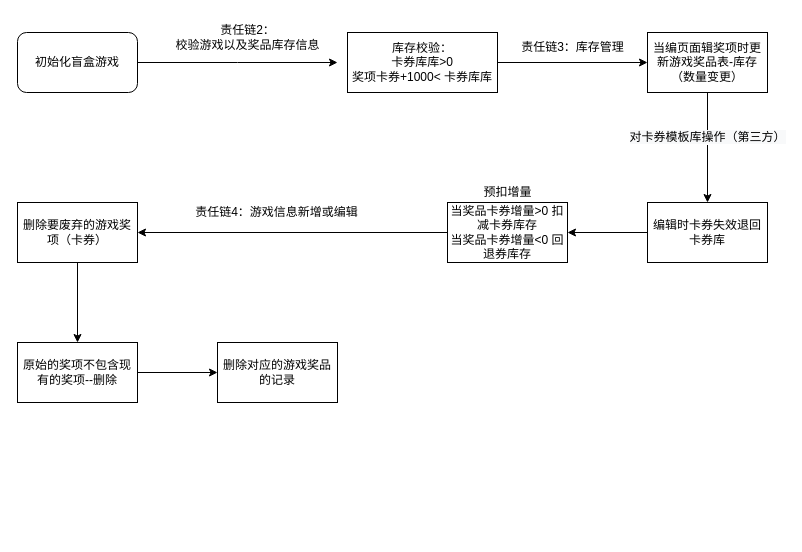
Earlier version of the draw.io diagram 盲盒扣除库存流程.drawio (YYB1024/myRemoteRepo). Source tidied: cells renumbered, new cells numbered last; positions are measured from the earlier drawing's top-left corner, leaving out a move shared by most shapes. Both pictures are drawn from the tidied source at 100%, with x=0, y=0 at pixel (17, 17).
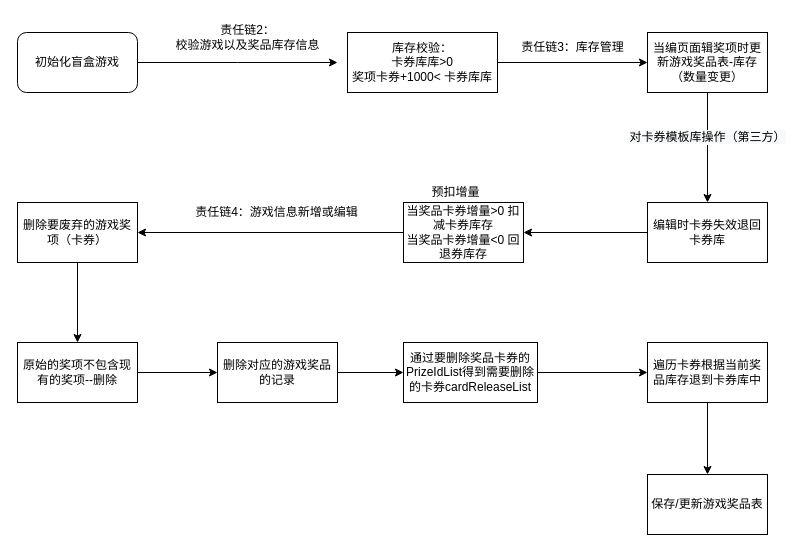
The same page after the edit.

Commit message:
更新盲盒扣除库存流程.drawio

Unchanged cells that the change refers to:
```xml
<mxCell id="21" value="删除对应的游戏奖品的记录" style="whiteSpace=wrap;html=1;rounded=0;" parent="1" vertex="1">
  <mxGeometry x="200" y="325" width="120" height="60" as="geometry" />
</mxCell>
```

Change to the diagram source:
```diff
@@
     <mxCell id="14" value="当奖品卡券增量&amp;gt;0 扣减卡券库存&lt;br&gt;当奖品卡券增量&amp;lt;0 回退券库存" style="whiteSpace=wrap;html=1;rounded=0;" parent="1" vertex="1">
-      <mxGeometry x="430" y="185" width="120" height="60" as="geometry" />
+      <mxGeometry x="386" y="185" width="120" height="60" as="geometry" />
     </mxCell>
@@
     <mxCell id="18" value="预扣增量" style="text;html=1;align=center;verticalAlign=middle;strokeColor=none;fillColor=none;" parent="1" vertex="1">
-      <mxGeometry x="455" y="160" width="70" height="30" as="geometry" />
+      <mxGeometry x="403" y="160" width="70" height="30" as="geometry" />
     </mxCell>
@@
+    <mxCell id="22" style="edgeStyle=orthogonalEdgeStyle;rounded=0;jettySize=auto;html=1;" parent="1" edge="1" source="21" target="24">
+      <mxGeometry relative="1" as="geometry" />
+    </mxCell>
@@
+    <mxCell id="23" style="edgeStyle=orthogonalEdgeStyle;rounded=0;jettySize=auto;html=1;" parent="1" edge="1" source="24" target="26">
+      <mxGeometry relative="1" as="geometry" />
+    </mxCell>
+    <mxCell id="24" value="通过要删除奖品卡券的PrizeIdList得到需要删除的卡券cardReleaseList" style="whiteSpace=wrap;html=1;rounded=0;" parent="1" vertex="1">
+      <mxGeometry x="386" y="325" width="134" height="60" as="geometry" />
+    </mxCell>
+    <mxCell id="25" style="edgeStyle=orthogonalEdgeStyle;rounded=0;jettySize=auto;html=1;" parent="1" edge="1" source="26" target="27">
+      <mxGeometry relative="1" as="geometry" />
+    </mxCell>
+    <mxCell id="26" value="遍历卡券根据当前奖品库存退到卡券库中" style="whiteSpace=wrap;html=1;rounded=0;" parent="1" vertex="1">
+      <mxGeometry x="630" y="325" width="120" height="60" as="geometry" />
+    </mxCell>
+    <mxCell id="27" value="保存/更新游戏奖品表" style="whiteSpace=wrap;html=1;rounded=0;" parent="1" vertex="1">
+      <mxGeometry x="630" y="457" width="120" height="60" as="geometry" />
+    </mxCell>
```
